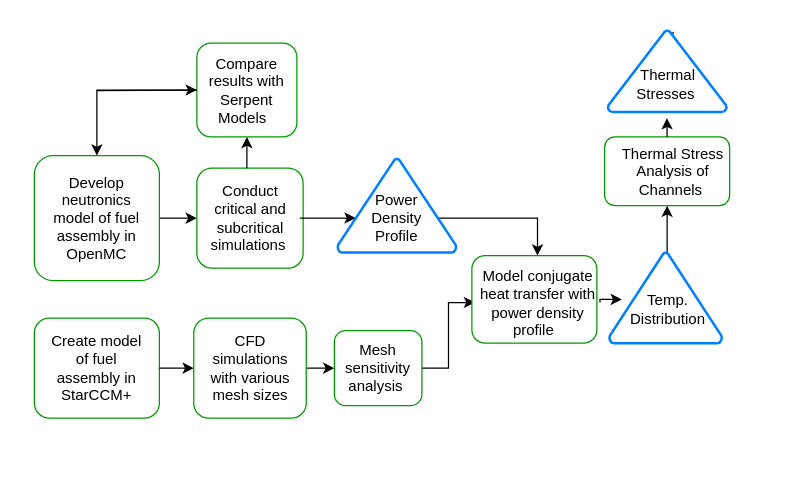
The draw.io diagram page "Page-1" (1 of 2) of Untitled Diagram.drawio in annamaria4715/FYP, before the edit. Source tidied: cells renumbered, new cells numbered last; positions are measured from the earlier drawing's top-left corner, leaving out a move shared by most shapes. Both pictures are drawn from the tidied source at 125%, with x=0, y=0 at pixel (34, 30).
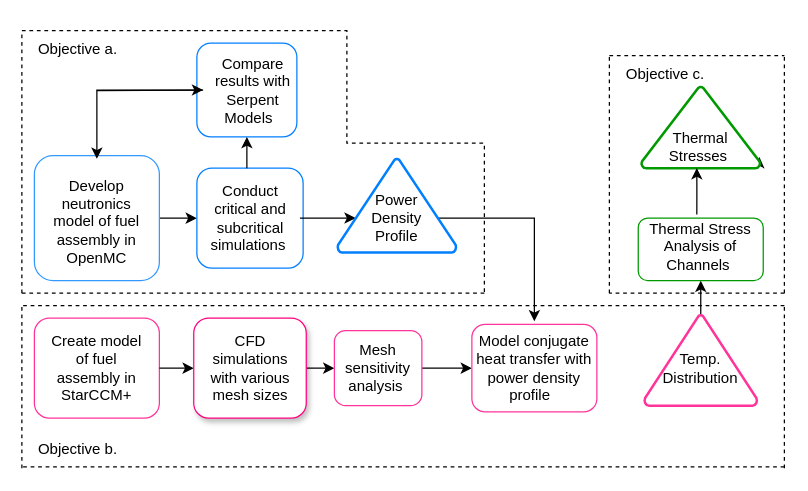
The same diagram, later.

Diff of the diagram source:
```diff
@@
     <mxCell id="2" style="rounded=1;whiteSpace=wrap;html=1;strokeColor=#009900;" parent="1" vertex="1">
-      <mxGeometry x="456.2" y="85" width="100" height="55" as="geometry" />
+      <mxGeometry x="483.1" y="150" width="100" height="50" as="geometry" />
     </mxCell>
@@
-    <mxCell id="4" style="rounded=1;whiteSpace=wrap;html=1;strokeColor=#009900;" parent="1" vertex="1">
+    <mxCell id="4" style="rounded=1;whiteSpace=wrap;html=1;strokeColor=#3399FF;" parent="1" vertex="1">
       <mxGeometry y="100" width="100" height="100" as="geometry" />
     </mxCell>
     <mxCell id="5" value="Develop neutronics model of fuel assembly in OpenMC" style="text;html=1;strokeColor=none;fillColor=none;align=center;verticalAlign=middle;whiteSpace=wrap;rounded=0;" parent="1" vertex="1">
-      <mxGeometry x="10" y="100" width="80" height="100" as="geometry" />
+      <mxGeometry x="10" y="102.5" width="80" height="100" as="geometry" />
     </mxCell>
-    <mxCell id="6" style="rounded=1;whiteSpace=wrap;html=1;strokeColor=#009900;" parent="1" vertex="1">
+    <mxCell id="6" style="rounded=1;whiteSpace=wrap;html=1;strokeColor=#FF3399;" parent="1" vertex="1">
       <mxGeometry y="230" width="100" height="80" as="geometry" />
     </mxCell>
@@
-    <mxCell id="10" style="rounded=1;whiteSpace=wrap;html=1;strokeColor=#009900;" parent="1" vertex="1">
+    <mxCell id="10" style="rounded=1;whiteSpace=wrap;html=1;strokeColor=#FF0080;shadow=1;" parent="1" vertex="1">
       <mxGeometry x="127.5" y="230" width="90" height="80" as="geometry" />
     </mxCell>
@@
-    <mxCell id="13" style="rounded=1;whiteSpace=wrap;html=1;strokeColor=#009900;" parent="1" vertex="1">
+    <mxCell id="13" style="rounded=1;whiteSpace=wrap;html=1;strokeColor=#FF3399;" parent="1" vertex="1">
       <mxGeometry x="240" y="240" width="70" height="60" as="geometry" />
     </mxCell>
@@
-    <mxCell id="15" style="rounded=1;whiteSpace=wrap;html=1;strokeColor=#009900;" parent="1" vertex="1">
+    <mxCell id="15" style="rounded=1;whiteSpace=wrap;html=1;strokeColor=#007FFF;" parent="1" vertex="1">
       <mxGeometry x="130" y="110" width="85" height="80" as="geometry" />
     </mxCell>
@@
-    <mxCell id="18" style="rounded=1;whiteSpace=wrap;html=1;strokeColor=#009900;" parent="1" vertex="1">
+    <mxCell id="18" style="rounded=1;whiteSpace=wrap;html=1;strokeColor=#007FFF;" parent="1" vertex="1">
       <mxGeometry x="130" y="10" width="80" height="75" as="geometry" />
     </mxCell>
@@
     <mxCell id="20" value="Compare results with Serpent Models &amp;nbsp;" style="text;html=1;strokeColor=none;fillColor=none;align=center;verticalAlign=middle;whiteSpace=wrap;rounded=0;" parent="1" vertex="1">
-      <mxGeometry x="130" y="35" width="80" height="25" as="geometry" />
+      <mxGeometry x="135" y="35" width="80" height="25" as="geometry" />
     </mxCell>
@@
-    <mxCell id="24" style="rounded=1;whiteSpace=wrap;html=1;strokeColor=#009900;" parent="1" vertex="1">
-      <mxGeometry x="350" y="180" width="100" height="70" as="geometry" />
+    <mxCell id="24" style="rounded=1;whiteSpace=wrap;html=1;strokeColor=#FF3399;" parent="1" vertex="1">
+      <mxGeometry x="350" y="235" width="100" height="70" as="geometry" />
     </mxCell>
     <mxCell id="25" value="Model conjugate heat transfer with power density profile &amp;nbsp;" style="text;html=1;strokeColor=none;fillColor=none;align=center;verticalAlign=middle;whiteSpace=wrap;rounded=0;" parent="1" vertex="1">
-      <mxGeometry x="352.5" y="180" width="100" height="75" as="geometry" />
+      <mxGeometry x="350" y="232.5" width="100" height="75" as="geometry" />
     </mxCell>
     <mxCell id="26" value="Thermal Stress Analysis of Channels&amp;nbsp;" style="text;html=1;strokeColor=none;fillColor=none;align=center;verticalAlign=middle;whiteSpace=wrap;rounded=0;" parent="1" vertex="1">
-      <mxGeometry x="466.2" y="92.5" width="90" height="40" as="geometry" />
+      <mxGeometry x="488.1" y="152.5" width="90" height="40" as="geometry" />
     </mxCell>
@@
-    <mxCell id="29" style="strokeWidth=2;html=1;shape=mxgraph.flowchart.extract_or_measurement;whiteSpace=wrap;strokeColor=#007FFF;" parent="1" vertex="1">
-      <mxGeometry x="460" y="177.5" width="90" height="72.5" as="geometry" />
+    <mxCell id="29" style="strokeWidth=2;html=1;shape=mxgraph.flowchart.extract_or_measurement;whiteSpace=wrap;strokeColor=#FF3399;" parent="1" vertex="1">
+      <mxGeometry x="488.1" y="227.5" width="90" height="72.5" as="geometry" />
     </mxCell>
@@
     <mxCell id="31" value="Temp. Distribution" style="text;html=1;strokeColor=none;fillColor=none;align=center;verticalAlign=middle;whiteSpace=wrap;rounded=0;" parent="1" vertex="1">
-      <mxGeometry x="484.4" y="190" width="46.2" height="65" as="geometry" />
+      <mxGeometry x="510" y="237.5" width="46.2" height="65" as="geometry" />
     </mxCell>
-    <mxCell id="32" style="edgeStyle=orthogonalEdgeStyle;rounded=0;jettySize=auto;html=1;exitX=1;exitY=0.5;exitDx=0;exitDy=0;" parent="1" edge="1" source="25">
-      <mxGeometry relative="1" as="geometry">
-        <mxPoint x="470" y="215" as="targetPoint" />
-        <Array as="points">
-          <mxPoint x="470" y="215" />
-          <mxPoint x="470" y="215" />
-        </Array>
-      </mxGeometry>
-    </mxCell>
-    <mxCell id="33" style="edgeStyle=orthogonalEdgeStyle;rounded=0;jettySize=auto;html=1;exitX=0.5;exitY=0;exitDx=0;exitDy=0;exitPerimeter=0;entryX=0.5;entryY=0;entryDx=0;entryDy=0;" parent="1" edge="1" source="34" target="35">
-      <mxGeometry relative="1" as="geometry" />
-    </mxCell>
+    <mxCell id="37" style="edgeStyle=orthogonalEdgeStyle;rounded=0;jettySize=auto;html=1;exitX=0.99;exitY=0.97;exitDx=0;exitDy=0;exitPerimeter=0;" parent="1" edge="1" source="34">
+      <mxGeometry relative="1" as="geometry">
+        <mxPoint x="580" y="101" as="targetPoint" />
+      </mxGeometry>
+    </mxCell>
-    <mxCell id="34" style="strokeWidth=2;html=1;shape=mxgraph.flowchart.extract_or_measurement;whiteSpace=wrap;strokeColor=#007FFF;" parent="1" vertex="1">
-      <mxGeometry x="458.8" width="95" height="65" as="geometry" />
+    <mxCell id="34" style="strokeWidth=2;html=1;shape=mxgraph.flowchart.extract_or_measurement;whiteSpace=wrap;strokeColor=#009900;" parent="1" vertex="1">
+      <mxGeometry x="485.6" y="45" width="95" height="65" as="geometry" />
     </mxCell>
     <mxCell id="35" value="Thermal Stresses&amp;nbsp;" style="text;html=1;strokeColor=none;fillColor=none;align=center;verticalAlign=middle;whiteSpace=wrap;rounded=0;" parent="1" vertex="1">
-      <mxGeometry x="484.4" y="10" width="46.2" height="65" as="geometry" />
+      <mxGeometry x="510" y="60" width="46.2" height="65" as="geometry" />
     </mxCell>
-    <mxCell id="36" style="edgeStyle=orthogonalEdgeStyle;rounded=0;jettySize=auto;html=1;exitX=0.5;exitY=0;exitDx=0;exitDy=0;" parent="1" edge="1" source="2">
-      <mxGeometry relative="1" as="geometry">
-        <mxPoint x="506" y="70" as="targetPoint" />
-      </mxGeometry>
-    </mxCell>
+    <mxCell id="38" style="endArrow=none;dashed=1;html=1;rounded=0;" parent="1" edge="1">
+      <mxGeometry relative="1" as="geometry">
+        <mxPoint x="-10" as="sourcePoint" />
+        <mxPoint x="360" y="210" as="targetPoint" />
+        <Array as="points">
+          <mxPoint x="250" />
+          <mxPoint x="250" y="90" />
+          <mxPoint x="330" y="90" />
+          <mxPoint x="360" y="90" />
+        </Array>
+      </mxGeometry>
+    </mxCell>
+    <mxCell id="39" style="endArrow=none;dashed=1;html=1;rounded=0;" parent="1" edge="1">
+      <mxGeometry relative="1" as="geometry">
+        <mxPoint x="-10" y="210" as="sourcePoint" />
+        <mxPoint x="-10" as="targetPoint" />
+      </mxGeometry>
+    </mxCell>
+    <mxCell id="40" style="endArrow=none;dashed=1;html=1;rounded=0;" parent="1" edge="1">
+      <mxGeometry relative="1" as="geometry">
+        <mxPoint x="-10" y="210" as="sourcePoint" />
+        <mxPoint x="330" y="210" as="targetPoint" />
+      </mxGeometry>
+    </mxCell>
+    <mxCell id="41" style="endArrow=none;dashed=1;html=1;rounded=0;" parent="1" edge="1">
+      <mxGeometry relative="1" as="geometry">
+        <mxPoint x="360" y="210" as="sourcePoint" />
+        <mxPoint x="330" y="210" as="targetPoint" />
+      </mxGeometry>
+    </mxCell>
+    <mxCell id="42" style="endArrow=none;dashed=1;html=1;rounded=0;" parent="1" edge="1">
+      <mxGeometry relative="1" as="geometry">
+        <mxPoint x="600" y="220" as="sourcePoint" />
+        <mxPoint x="-10" y="220" as="targetPoint" />
+      </mxGeometry>
+    </mxCell>
+    <mxCell id="43" style="endArrow=none;dashed=1;html=1;rounded=0;exitX=0;exitY=1;exitDx=0;exitDy=0;" parent="1" edge="1" source="52">
+      <mxGeometry relative="1" as="geometry">
+        <mxPoint x="-10" y="220" as="targetPoint" />
+      </mxGeometry>
+    </mxCell>
+    <mxCell id="44" style="endArrow=none;dashed=1;html=1;rounded=0;" parent="1" edge="1">
+      <mxGeometry relative="1" as="geometry">
+        <mxPoint x="600" y="349" as="sourcePoint" />
+        <mxPoint x="-10" y="349" as="targetPoint" />
+      </mxGeometry>
+    </mxCell>
+    <mxCell id="45" style="endArrow=none;dashed=1;html=1;rounded=0;" parent="1" edge="1">
+      <mxGeometry relative="1" as="geometry">
+        <mxPoint x="600" y="350" as="sourcePoint" />
+        <mxPoint x="600" y="220" as="targetPoint" />
+      </mxGeometry>
+    </mxCell>
+    <mxCell id="46" style="endArrow=none;dashed=1;html=1;rounded=0;" parent="1" edge="1">
+      <mxGeometry relative="1" as="geometry">
+        <mxPoint x="460" y="20" as="sourcePoint" />
+        <mxPoint x="600" y="20" as="targetPoint" />
+      </mxGeometry>
+    </mxCell>
+    <mxCell id="47" style="endArrow=none;dashed=1;html=1;rounded=0;" parent="1" edge="1">
+      <mxGeometry relative="1" as="geometry">
+        <mxPoint x="460" y="210" as="sourcePoint" />
+        <mxPoint x="460" y="20" as="targetPoint" />
+      </mxGeometry>
+    </mxCell>
+    <mxCell id="48" style="endArrow=none;dashed=1;html=1;rounded=0;" parent="1" edge="1">
+      <mxGeometry relative="1" as="geometry">
+        <mxPoint x="600" y="210" as="sourcePoint" />
+        <mxPoint x="460" y="210" as="targetPoint" />
+      </mxGeometry>
+    </mxCell>
+    <mxCell id="49" style="endArrow=none;dashed=1;html=1;rounded=0;" parent="1" edge="1">
+      <mxGeometry relative="1" as="geometry">
+        <mxPoint x="600" y="210" as="sourcePoint" />
+        <mxPoint x="600" y="20" as="targetPoint" />
+      </mxGeometry>
+    </mxCell>
+    <mxCell id="50" style="endArrow=classic;html=1;rounded=0;entryX=0.432;entryY=0.769;entryDx=0;entryDy=0;entryPerimeter=0;exitX=0.465;exitY=-0.137;exitDx=0;exitDy=0;exitPerimeter=0;" parent="1" edge="1" source="26" target="35">
+      <mxGeometry relative="1" as="geometry">
+        <Array as="points">
+          <mxPoint x="530" y="130" />
+        </Array>
+      </mxGeometry>
+    </mxCell>
+    <mxCell id="51" value="Objective a." style="text;html=1;strokeColor=none;fillColor=none;align=center;verticalAlign=middle;whiteSpace=wrap;rounded=0;" parent="1" vertex="1">
+      <mxGeometry x="-10" width="90" height="30" as="geometry" />
+    </mxCell>
+    <mxCell id="52" value="Objective b." style="text;html=1;strokeColor=none;fillColor=none;align=center;verticalAlign=middle;whiteSpace=wrap;rounded=0;" parent="1" vertex="1">
+      <mxGeometry x="-10" y="320" width="90" height="30" as="geometry" />
+    </mxCell>
+    <mxCell id="53" value="Objective c." style="text;html=1;strokeColor=none;fillColor=none;align=center;verticalAlign=middle;whiteSpace=wrap;rounded=0;" parent="1" vertex="1">
+      <mxGeometry x="460" y="20" width="90" height="30" as="geometry" />
+    </mxCell>
```
